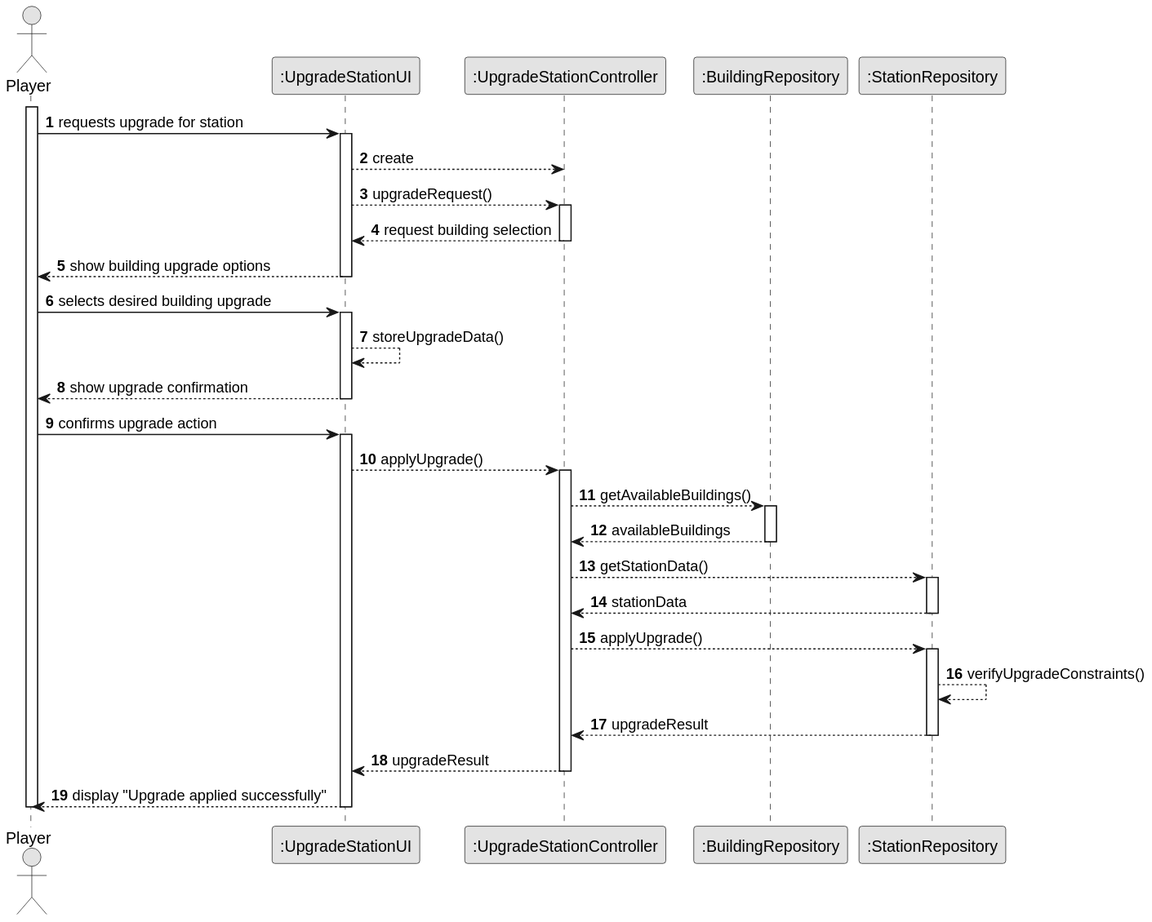
Above: docs/system-documentation/US006/03.design/svg/US006-SD.svg in goncalolopesp/sem2-pi-24.25-g093-repo (PlantUML), before the change.
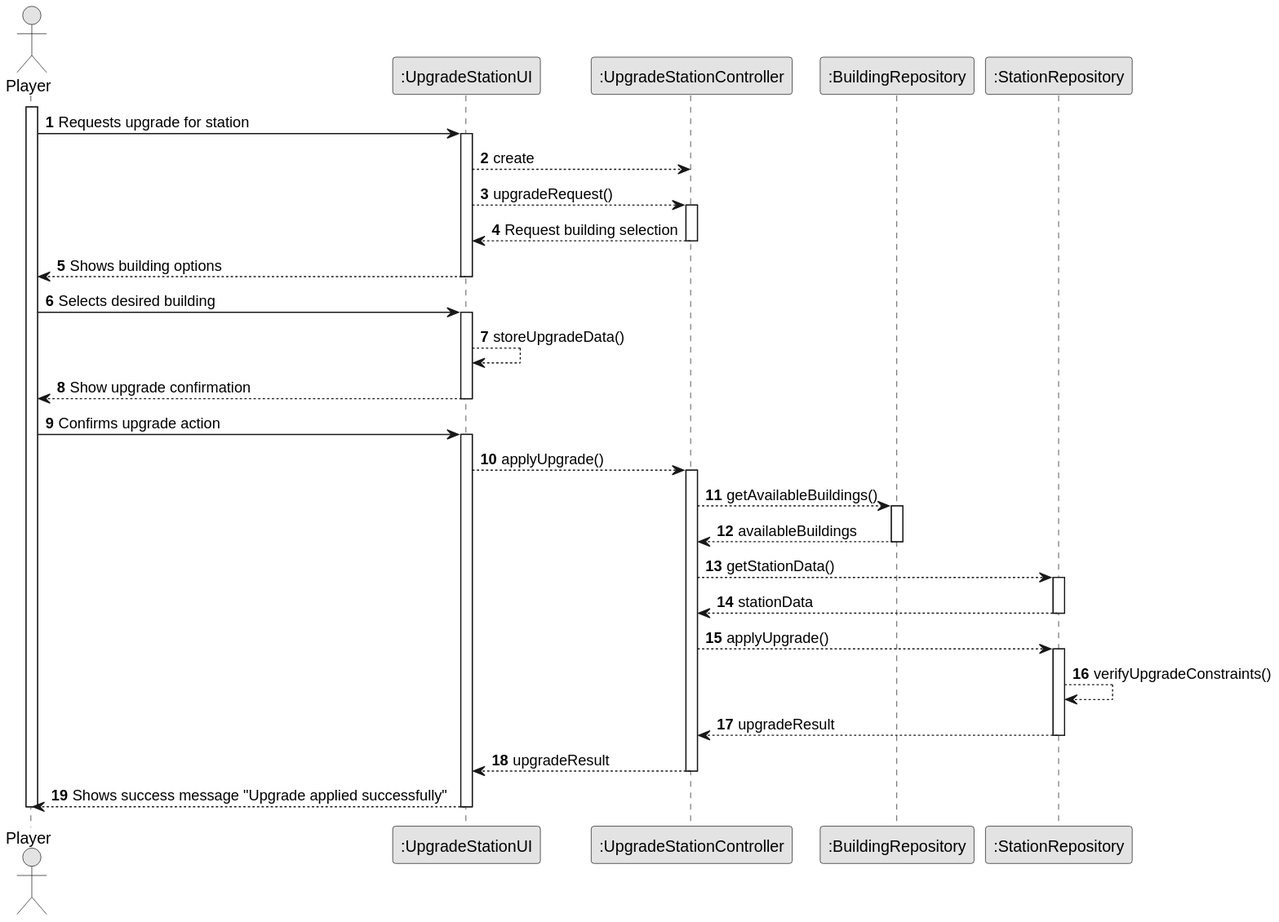
After the change.

Commit message:
US06 - Added "Validate Upgrade Partial SD" to the Design

Change to the diagram source:
```diff
@@ -12,25 +12,25 @@
 
 activate Player
 
-Player -> UpgradeUI: requests upgrade for station
+Player -> UpgradeUI: Requests upgrade for station
 activate UpgradeUI
 
 UpgradeUI --> UpgradeController: create
 UpgradeUI --> UpgradeController: upgradeRequest()
 activate UpgradeController
 
-UpgradeController --> UpgradeUI: request building selection
+UpgradeController --> UpgradeUI: Request building selection
 deactivate UpgradeController
-UpgradeUI --> Player: show building upgrade options
+UpgradeUI --> Player: Shows building options
 deactivate UpgradeUI
 
-Player -> UpgradeUI: selects desired building upgrade
+Player -> UpgradeUI: Selects desired building
 activate UpgradeUI
 UpgradeUI --> UpgradeUI: storeUpgradeData()
-UpgradeUI --> Player: show upgrade confirmation
+UpgradeUI --> Player: Show upgrade confirmation
 deactivate UpgradeUI
 
-Player -> UpgradeUI: confirms upgrade action
+Player -> UpgradeUI: Confirms upgrade action
 activate UpgradeUI
 UpgradeUI --> UpgradeController: applyUpgrade()
 activate UpgradeController
@@ -54,7 +54,7 @@
 UpgradeController --> UpgradeUI: upgradeResult
 deactivate UpgradeController
 
-UpgradeUI --> Player: display "Upgrade applied successfully"
+UpgradeUI --> Player: Shows success message "Upgrade applied successfully"
 deactivate UpgradeUI
 deactivate Player
 @enduml
```
